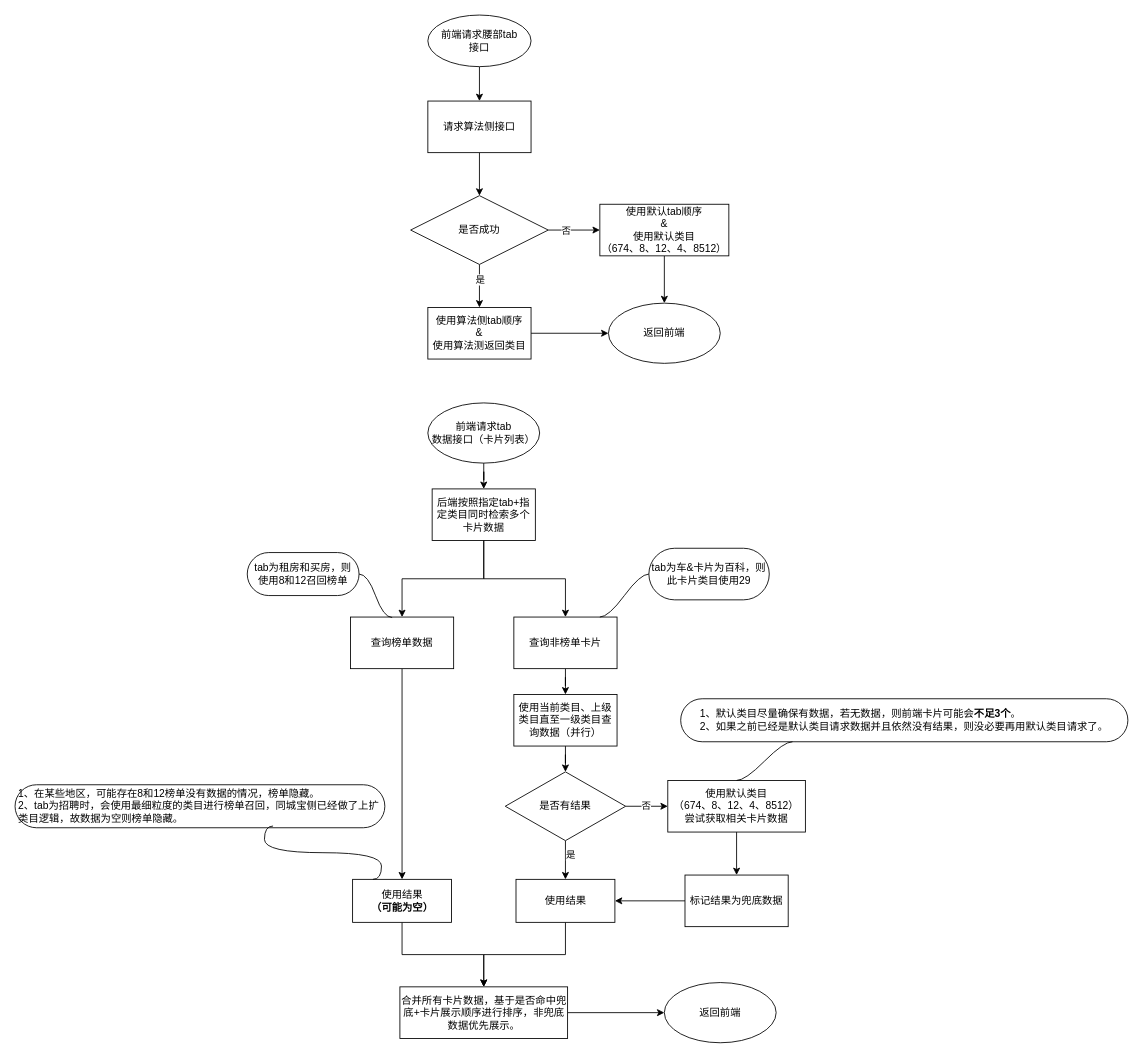
The draw.io diagram 未命名绘图.drawio in 58social/tools, before the edit. Source tidied: cells renumbered, new cells numbered last; positions are measured from the earlier drawing's top-left corner, leaving out a move shared by most shapes. Both pictures are drawn from the tidied source at 86%, with x=0, y=0 at pixel (15, 15).
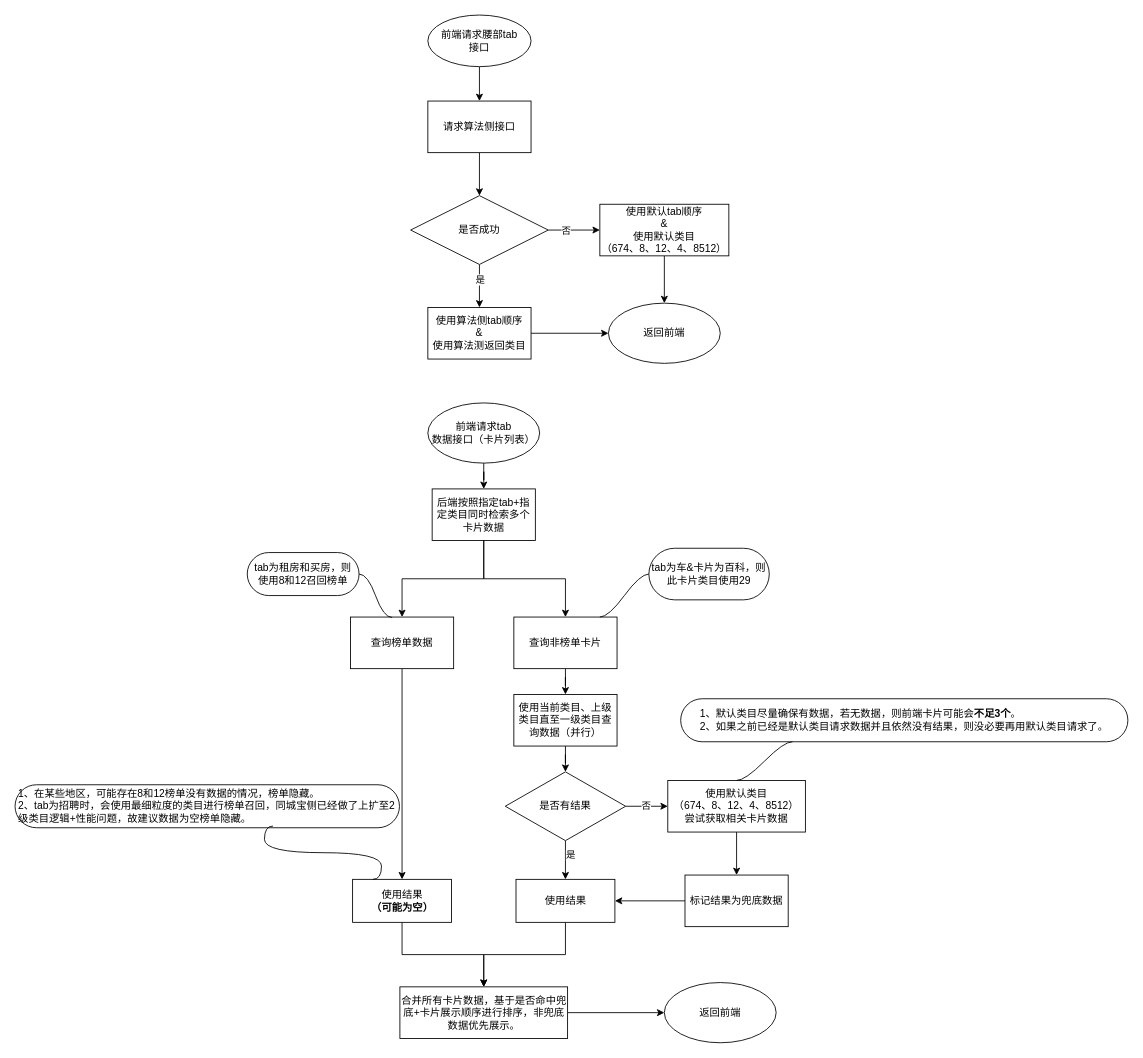
The same page after the edit.

Commit message:
更新未命名绘图.drawio

Change to the diagram source:
```diff
@@
-    <mxCell id="49" value="1、在某些地区，可能存在8和12榜单没有数据的情况，榜单隐藏。&lt;br&gt;2、tab为招聘时，会使用最细粒度的类目进行榜单召回，同城宝侧已经做了上扩类目逻辑，故数据为空则榜单隐藏。" style="whiteSpace=wrap;html=1;rounded=1;arcSize=50;align=left;verticalAlign=middle;strokeWidth=1;spacing=4;newEdgeStyle={&quot;edgeStyle&quot;:&quot;entityRelationEdgeStyle&quot;,&quot;startArrow&quot;:&quot;none&quot;,&quot;endArrow&quot;:&quot;none&quot;,&quot;segment&quot;:10,&quot;curved&quot;:1,&quot;sourcePerimeterSpacing&quot;:0,&quot;targetPerimeterSpacing&quot;:0};" parent="1" vertex="1">
-      <mxGeometry y="895" width="430" height="50" as="geometry" />
+    <mxCell id="49" value="1、在某些地区，可能存在8和12榜单没有数据的情况，榜单隐藏。&lt;br&gt;2、tab为招聘时，会使用最细粒度的类目进行榜单召回，同城宝侧已经做了上扩至2级类目逻辑+性能问题，故建议数据为空榜单隐藏。" style="whiteSpace=wrap;html=1;rounded=1;arcSize=50;align=left;verticalAlign=middle;strokeWidth=1;spacing=4;newEdgeStyle={&quot;edgeStyle&quot;:&quot;entityRelationEdgeStyle&quot;,&quot;startArrow&quot;:&quot;none&quot;,&quot;endArrow&quot;:&quot;none&quot;,&quot;segment&quot;:10,&quot;curved&quot;:1,&quot;sourcePerimeterSpacing&quot;:0,&quot;targetPerimeterSpacing&quot;:0};" parent="1" vertex="1">
+      <mxGeometry y="895" width="447" height="50" as="geometry" />
     </mxCell>
```
